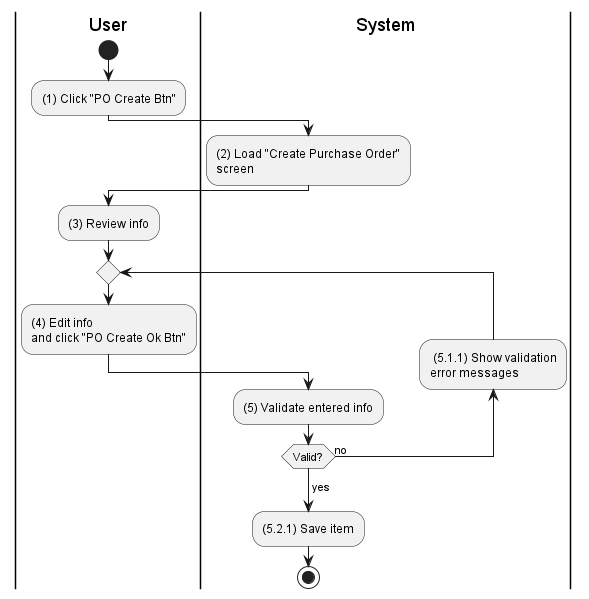
Earlier version of the PlantUML export activities/purchase-order-create.png (phihungha/scmss-reqs).
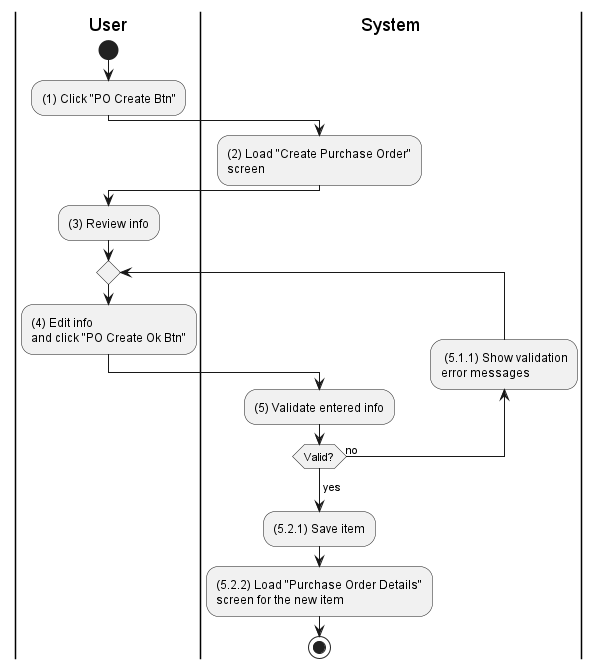
Above is the later version.

Diff of the diagram source:
```diff
@@ -20,5 +20,6 @@
 repeat while (Valid?) is (no)
 ->yes;
 :(5.2.1) Save item;
+:(5.2.2) Load "Purchase Order Details"\nscreen for the new item;
 stop
 @enduml
```
